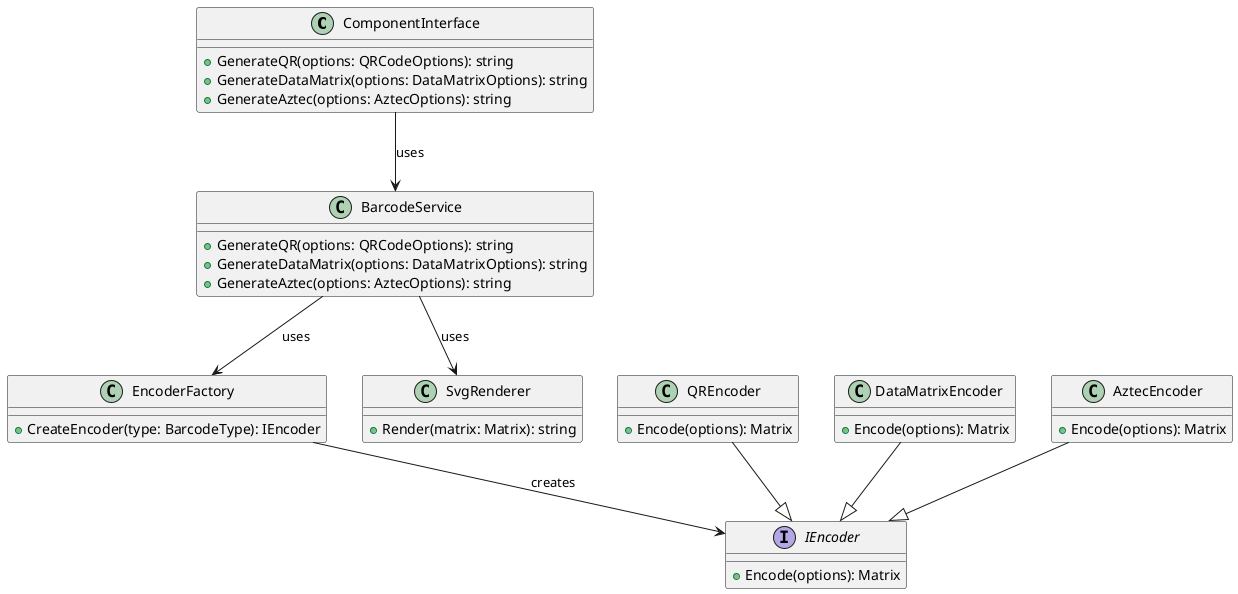
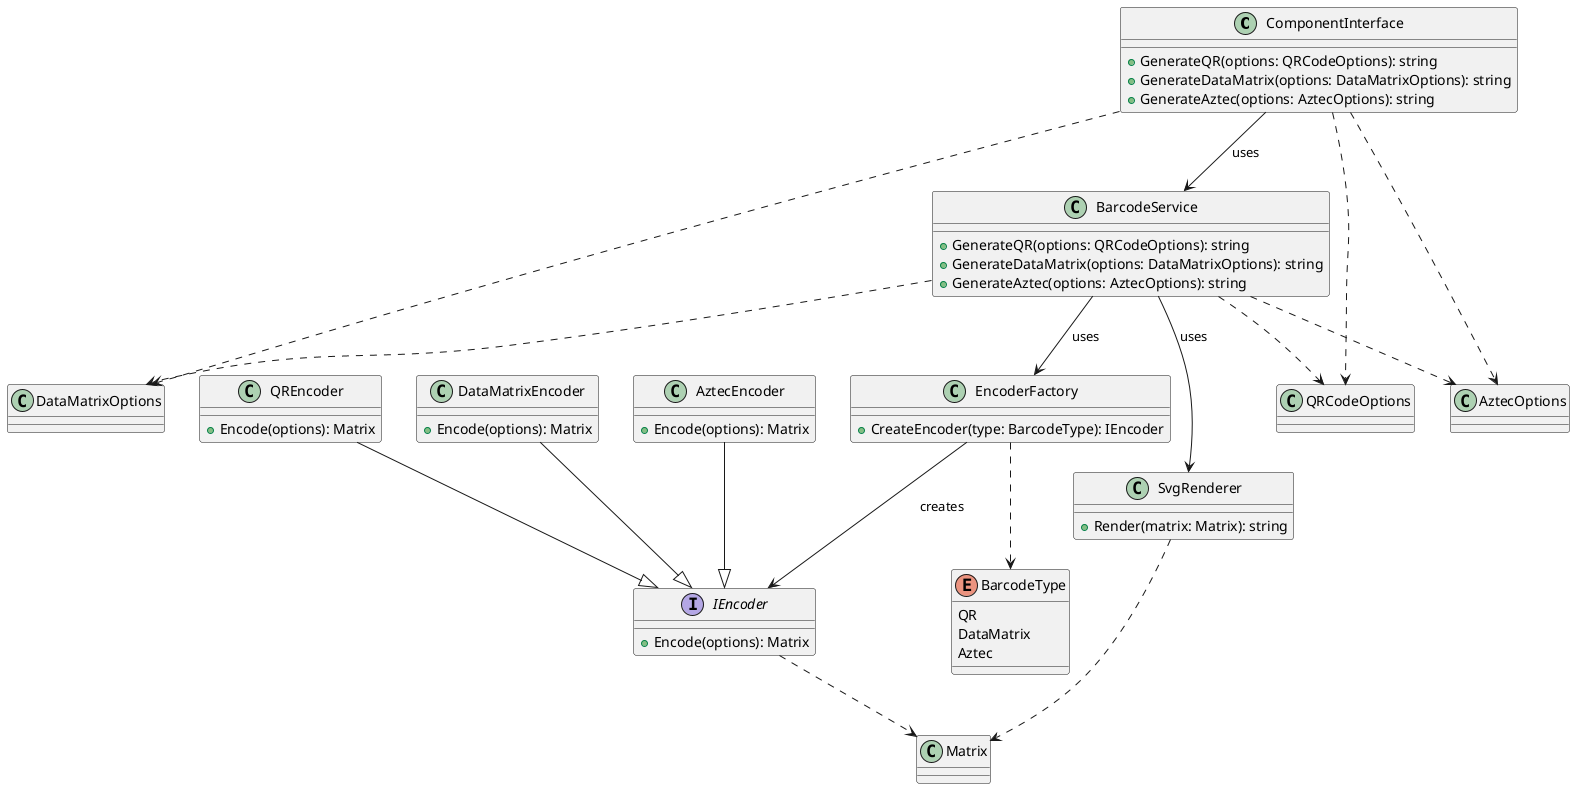
@startuml

class ComponentInterface {
  +GenerateQR(options: QRCodeOptions): string
  +GenerateDataMatrix(options: DataMatrixOptions): string
  +GenerateAztec(options: AztecOptions): string
}

class BarcodeService {
  +GenerateQR(options: QRCodeOptions): string
  +GenerateDataMatrix(options: DataMatrixOptions): string
  +GenerateAztec(options: AztecOptions): string
}

class EncoderFactory {
  +CreateEncoder(type: BarcodeType): IEncoder
}

interface IEncoder {
  +Encode(options): Matrix
}

class QREncoder {
  +Encode(options): Matrix
}

class DataMatrixEncoder {
  +Encode(options): Matrix
}

class AztecEncoder {
  +Encode(options): Matrix
}

class SvgRenderer {
  +Render(matrix: Matrix): string
}

+ class QRCodeOptions
+ class DataMatrixOptions
+ class AztecOptions
+ class Matrix
+ 
+ enum BarcodeType {
+   QR
+   DataMatrix
+   Aztec
+ }
+ 
ComponentInterface --> BarcodeService : uses
BarcodeService --> EncoderFactory : uses
BarcodeService --> SvgRenderer : uses
EncoderFactory --> IEncoder : creates

QREncoder --|> IEncoder
DataMatrixEncoder --|> IEncoder
AztecEncoder --|> IEncoder

+ ComponentInterface ..> QRCodeOptions
+ ComponentInterface ..> DataMatrixOptions
+ ComponentInterface ..> AztecOptions
+ 
+ BarcodeService ..> QRCodeOptions
+ BarcodeService ..> DataMatrixOptions
+ BarcodeService ..> AztecOptions
+ 
+ SvgRenderer ..> Matrix
+ IEncoder ..> Matrix
+ EncoderFactory ..> BarcodeType
+ 
@enduml
